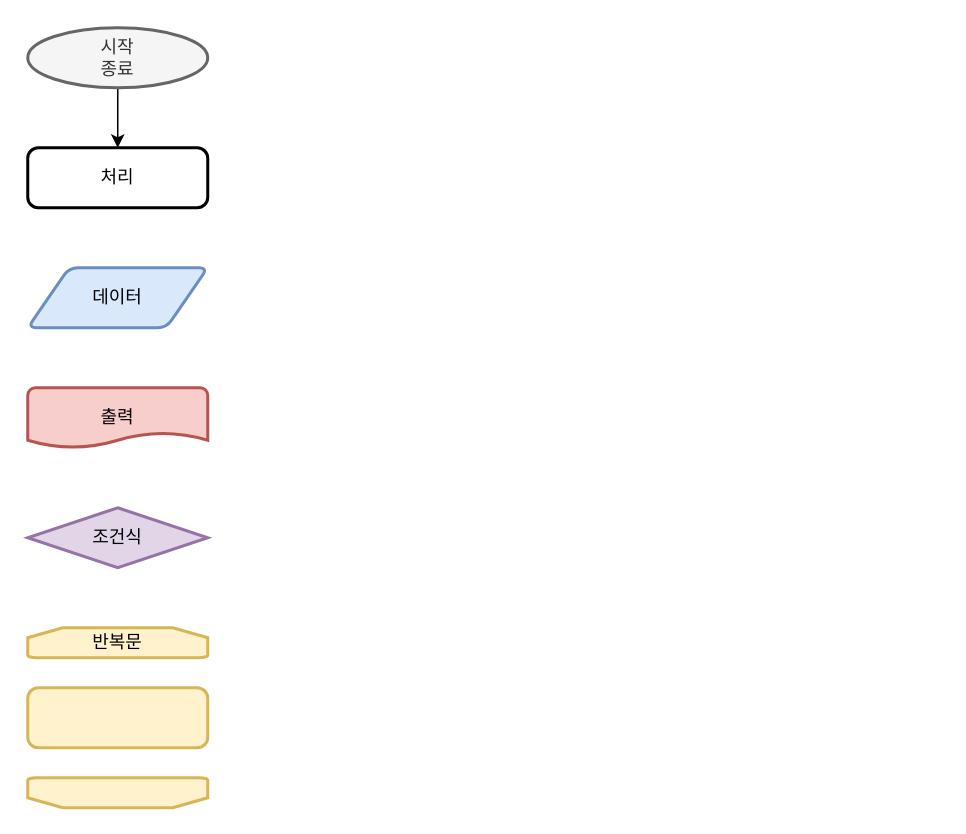
Before: Exam0.drawio in kimjisudev/akgorithm, a draw.io diagram. Source tidied: cells renumbered, new cells numbered last; positions are measured from the earlier drawing's top-left corner, leaving out a move shared by most shapes. Both pictures are drawn from the tidied source at 150%, with x=0, y=0 at pixel (27, 27).
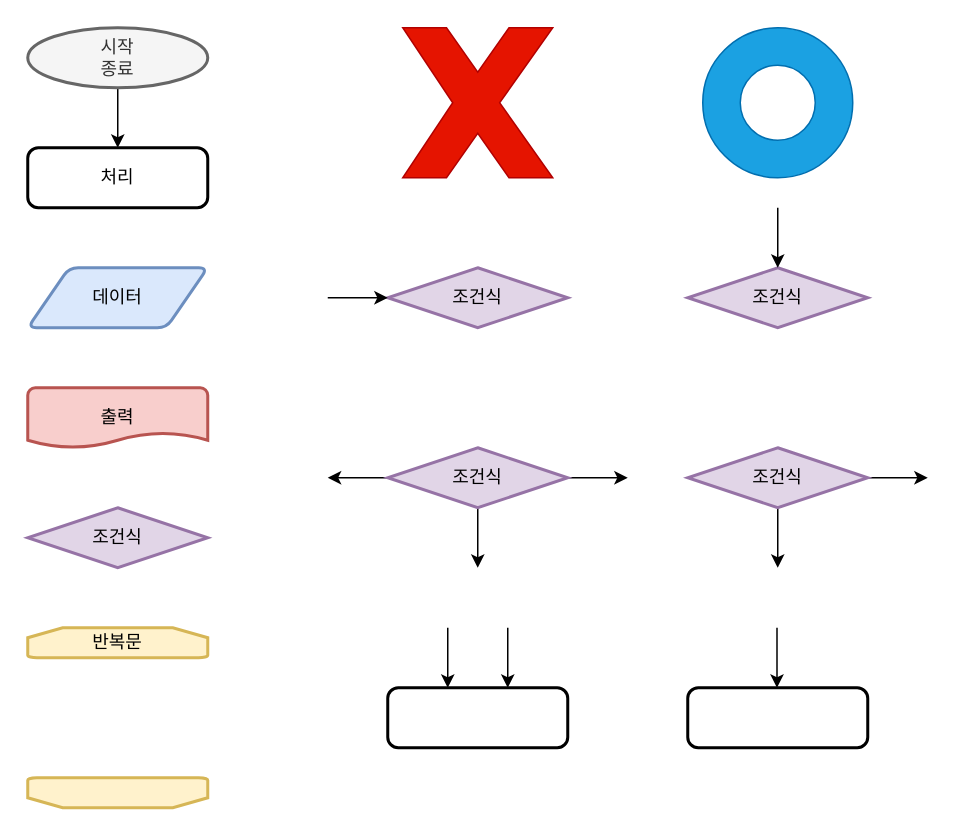
The same diagram, later.

Commit message:
Exam0 업데이트

The edit, as a diff of the source:
```diff
@@
-    <mxCell id="9" style="rounded=1;whiteSpace=wrap;html=1;absoluteArcSize=1;arcSize=14;strokeWidth=2;fillColor=#fff2cc;strokeColor=#d6b656;" parent="1" vertex="1">
-      <mxGeometry y="440" width="120" height="40" as="geometry" />
+    <mxCell id="9" style="rounded=1;whiteSpace=wrap;html=1;absoluteArcSize=1;arcSize=14;strokeWidth=2;" parent="1" vertex="1">
+      <mxGeometry x="240" y="440" width="120" height="40" as="geometry" />
     </mxCell>
@@
+    <mxCell id="11" style="verticalLabelPosition=bottom;verticalAlign=top;html=1;shape=mxgraph.basic.x;fillColor=#e51400;fontColor=#ffffff;strokeColor=#B20000;" parent="1" vertex="1">
+      <mxGeometry x="250" width="100" height="100" as="geometry" />
+    </mxCell>
+    <mxCell id="12" value="조건식" style="strokeWidth=2;html=1;shape=mxgraph.flowchart.decision;whiteSpace=wrap;fillColor=#e1d5e7;strokeColor=#9673a6;" parent="1" vertex="1">
+      <mxGeometry x="240" y="160" width="120" height="40" as="geometry" />
+    </mxCell>
+    <mxCell id="13" style="edgeStyle=orthogonalEdgeStyle;rounded=0;jettySize=auto;html=1;exitX=0;exitY=0.5;exitDx=0;exitDy=0;exitPerimeter=0;" parent="1" edge="1" source="16">
+      <mxGeometry relative="1" as="geometry">
+        <mxPoint x="200" y="300" as="targetPoint" />
+      </mxGeometry>
+    </mxCell>
+    <mxCell id="14" style="edgeStyle=orthogonalEdgeStyle;rounded=0;jettySize=auto;html=1;exitX=0.5;exitY=1;exitDx=0;exitDy=0;exitPerimeter=0;" parent="1" edge="1" source="16">
+      <mxGeometry relative="1" as="geometry">
+        <mxPoint x="300" y="360" as="targetPoint" />
+      </mxGeometry>
+    </mxCell>
+    <mxCell id="15" style="edgeStyle=orthogonalEdgeStyle;rounded=0;jettySize=auto;html=1;exitX=1;exitY=0.5;exitDx=0;exitDy=0;exitPerimeter=0;" parent="1" edge="1" source="16">
+      <mxGeometry relative="1" as="geometry">
+        <mxPoint x="400" y="300" as="targetPoint" />
+      </mxGeometry>
+    </mxCell>
+    <mxCell id="16" value="조건식" style="strokeWidth=2;html=1;shape=mxgraph.flowchart.decision;whiteSpace=wrap;fillColor=#e1d5e7;strokeColor=#9673a6;" parent="1" vertex="1">
+      <mxGeometry x="240" y="280" width="120" height="40" as="geometry" />
+    </mxCell>
+    <mxCell id="17" style="endArrow=classic;html=1;rounded=0;entryX=0;entryY=0.5;entryDx=0;entryDy=0;entryPerimeter=0;" parent="1" edge="1" target="12">
+      <mxGeometry relative="1" as="geometry">
+        <mxPoint x="200" y="180" as="sourcePoint" />
+      </mxGeometry>
+    </mxCell>
+    <mxCell id="18" value="조건식" style="strokeWidth=2;html=1;shape=mxgraph.flowchart.decision;whiteSpace=wrap;fillColor=#e1d5e7;strokeColor=#9673a6;" parent="1" vertex="1">
+      <mxGeometry x="440" y="160" width="120" height="40" as="geometry" />
+    </mxCell>
+    <mxCell id="19" style="endArrow=classic;html=1;rounded=0;entryX=0.5;entryY=0;entryDx=0;entryDy=0;entryPerimeter=0;" parent="1" edge="1" target="18">
+      <mxGeometry relative="1" as="geometry">
+        <mxPoint x="500" y="120" as="sourcePoint" />
+      </mxGeometry>
+    </mxCell>
+    <mxCell id="20" style="verticalLabelPosition=bottom;verticalAlign=top;html=1;shape=mxgraph.basic.donut;dx=25;fillColor=#1ba1e2;fontColor=#ffffff;strokeColor=#006EAF;" parent="1" vertex="1">
+      <mxGeometry x="450" width="100" height="100" as="geometry" />
+    </mxCell>
+    <mxCell id="21" style="edgeStyle=orthogonalEdgeStyle;rounded=0;jettySize=auto;html=1;exitX=0.5;exitY=1;exitDx=0;exitDy=0;exitPerimeter=0;" parent="1" edge="1" source="23">
+      <mxGeometry relative="1" as="geometry">
+        <mxPoint x="500" y="360" as="targetPoint" />
+      </mxGeometry>
+    </mxCell>
+    <mxCell id="22" style="edgeStyle=orthogonalEdgeStyle;rounded=0;jettySize=auto;html=1;exitX=1;exitY=0.5;exitDx=0;exitDy=0;exitPerimeter=0;" parent="1" edge="1" source="23">
+      <mxGeometry relative="1" as="geometry">
+        <mxPoint x="600" y="300" as="targetPoint" />
+      </mxGeometry>
+    </mxCell>
+    <mxCell id="23" value="조건식" style="strokeWidth=2;html=1;shape=mxgraph.flowchart.decision;whiteSpace=wrap;fillColor=#e1d5e7;strokeColor=#9673a6;" parent="1" vertex="1">
+      <mxGeometry x="440" y="280" width="120" height="40" as="geometry" />
+    </mxCell>
+    <mxCell id="24" style="endArrow=classic;html=1;rounded=0;entryX=0.5;entryY=0;entryDx=0;entryDy=0;entryPerimeter=0;" parent="1" edge="1">
+      <mxGeometry relative="1" as="geometry">
+        <mxPoint x="280" y="400" as="sourcePoint" />
+        <mxPoint x="280" y="440" as="targetPoint" />
+      </mxGeometry>
+    </mxCell>
+    <mxCell id="25" style="endArrow=classic;html=1;rounded=0;entryX=0.5;entryY=0;entryDx=0;entryDy=0;entryPerimeter=0;" parent="1" edge="1">
+      <mxGeometry relative="1" as="geometry">
+        <mxPoint x="320" y="400" as="sourcePoint" />
+        <mxPoint x="320" y="440" as="targetPoint" />
+      </mxGeometry>
+    </mxCell>
+    <mxCell id="26" style="rounded=1;whiteSpace=wrap;html=1;absoluteArcSize=1;arcSize=14;strokeWidth=2;" parent="1" vertex="1">
+      <mxGeometry x="440" y="440" width="120" height="40" as="geometry" />
+    </mxCell>
+    <mxCell id="27" style="endArrow=classic;html=1;rounded=0;entryX=0.5;entryY=0;entryDx=0;entryDy=0;entryPerimeter=0;" parent="1" edge="1">
+      <mxGeometry relative="1" as="geometry">
+        <mxPoint x="499.5" y="400" as="sourcePoint" />
+        <mxPoint x="499.5" y="440" as="targetPoint" />
+      </mxGeometry>
+    </mxCell>
```
